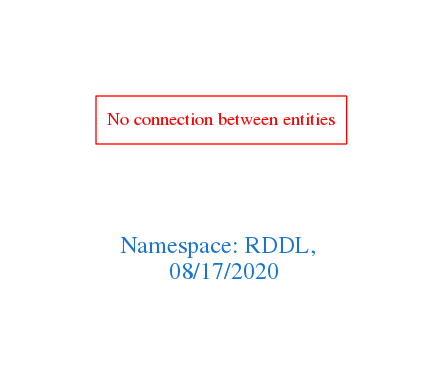
Above: downloads/RDDL.png in arago/OGIT (Graphviz), before the change. Its source is kept beside it as downloads/RDDL.dot. The source it was exported from:
```dot
digraph OGIT_ontology {
 graph [ rankdir= LR,pad=1
fontsize = 18,
fontcolor= dodgerblue3,label = "\n\n\nNamespace: RDDL, \n 08/17/2020"];
node[shape=polygon];
edge [  color="gray81"];

"No connection between entities" [fontcolor = "red",color="red", shape="polygon"]
}
```
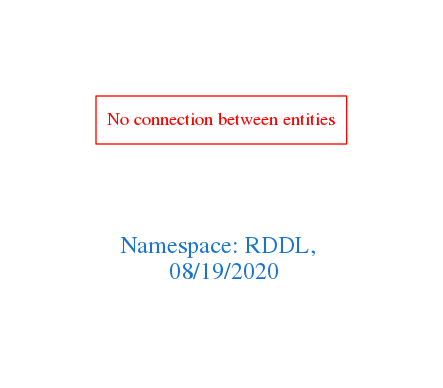
After the change.

What changed in the source:
```diff
@@ -1,7 +1,7 @@
 digraph OGIT_ontology {
  graph [ rankdir= LR,pad=1
 fontsize = 18,
-fontcolor= dodgerblue3,label = "\n\n\nNamespace: RDDL, \n 08/17/2020"];
+fontcolor= dodgerblue3,label = "\n\n\nNamespace: RDDL, \n 08/19/2020"];
 node[shape=polygon];
 edge [  color="gray81"];
 
```
